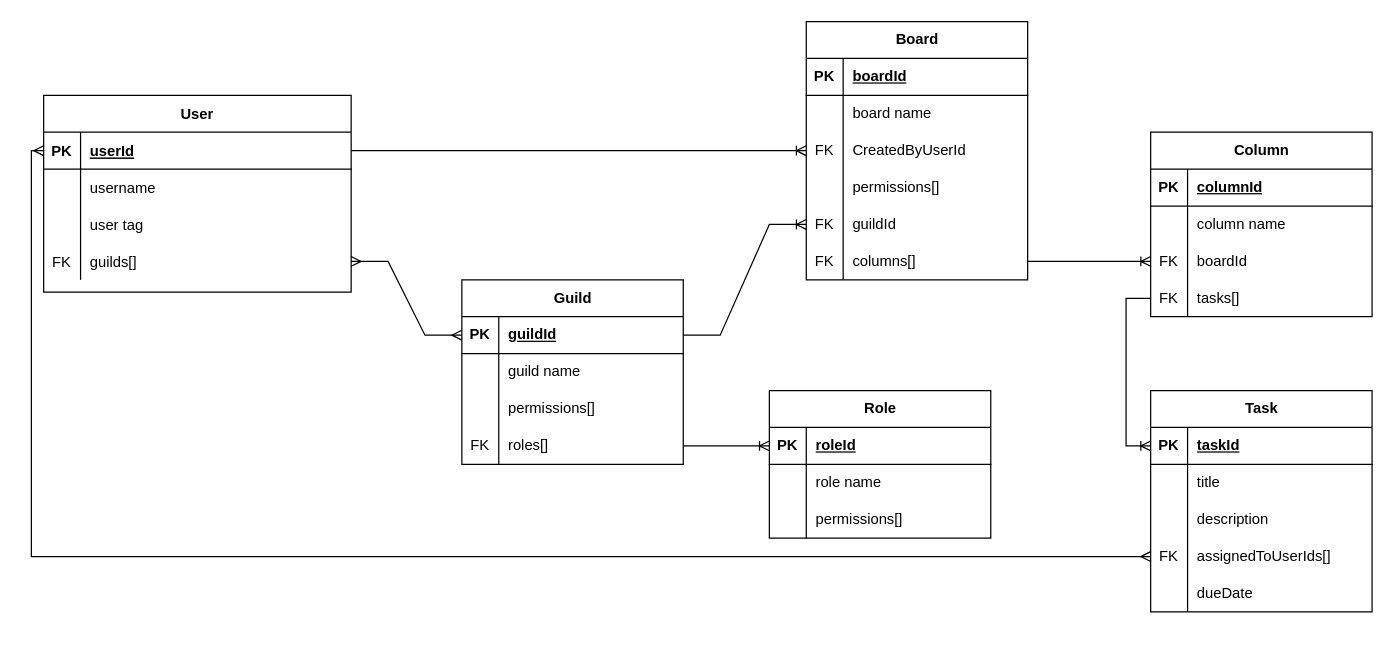
This is analysis/kanbancord_logical.drawio from UCLL-Full-stack/ucll-full-stack-2425-project2425-project-template, a draw.io file, before an edit. Source tidied: cells renumbered, new cells numbered last; positions are measured from the earlier drawing's top-left corner, leaving out a move shared by most shapes. Both pictures are drawn from the tidied source at 123%, with x=0, y=0 at pixel (43, 21).
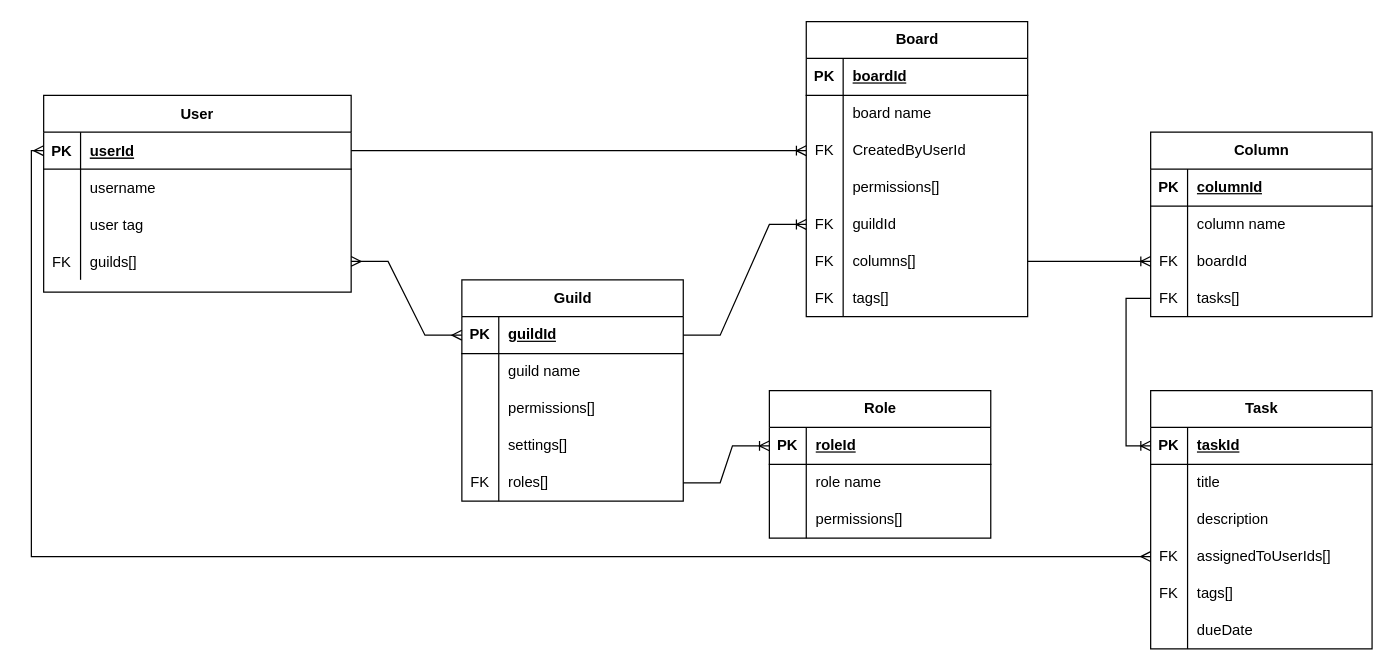
Above is the later version.

Change to the diagram source:
```diff
@@
     <mxCell id="15" value="Guild" style="shape=table;startSize=30;childLayout=tableLayout;rowLines=0;fontStyle=1;align=center;html=1;" parent="1" vertex="1">
-      <mxGeometry x="340" y="210" width="180" height="150" as="geometry" />
+      <mxGeometry x="340" y="210" width="180" height="180" as="geometry" />
     </mxCell>
@@
+    <mxCell id="93" style="shape=tableRow;horizontal=0;startSize=0;swimlaneHead=0;swimlaneBody=0;fillColor=none;top=0;left=0;right=0;bottom=0;" parent="15" vertex="1">
+      <mxGeometry y="120" width="180" height="30" as="geometry" />
+    </mxCell>
+    <mxCell id="94" style="shape=partialRectangle;fillColor=none;top=0;left=0;bottom=0;right=0;overflow=hidden;whiteSpace=wrap;html=1;" parent="93" vertex="1">
+      <mxGeometry width="30" height="30" as="geometry" />
+    </mxCell>
+    <mxCell id="95" value="settings[]" style="shape=partialRectangle;fillColor=none;top=0;left=0;bottom=0;right=0;align=left;spacingLeft=6;overflow=hidden;whiteSpace=wrap;html=1;" parent="93" vertex="1">
+      <mxGeometry x="30" width="150" height="30" as="geometry" />
+    </mxCell>
     <mxCell id="25" style="shape=tableRow;horizontal=0;startSize=0;swimlaneHead=0;swimlaneBody=0;fillColor=none;points=[[0,0.5],[1,0.5]];portConstraint=eastwest;top=0;left=0;right=0;bottom=0;" parent="15" vertex="1">
-      <mxGeometry y="120" width="180" height="30" as="geometry" />
+      <mxGeometry y="150" width="180" height="30" as="geometry" />
     </mxCell>
@@
     <mxCell id="40" value="Board" style="shape=table;startSize=30;childLayout=tableLayout;rowLines=0;fontStyle=1;align=center;html=1;" parent="1" vertex="1">
-      <mxGeometry x="620" width="180" height="210" as="geometry" />
+      <mxGeometry x="620" width="180" height="240" as="geometry" />
     </mxCell>
@@
+    <mxCell id="96" style="shape=tableRow;horizontal=0;startSize=0;swimlaneHead=0;swimlaneBody=0;fillColor=none;top=0;left=0;right=0;bottom=0;" parent="40" vertex="1">
+      <mxGeometry y="210" width="180" height="30" as="geometry" />
+    </mxCell>
+    <mxCell id="97" value="FK" style="shape=partialRectangle;fillColor=none;top=0;left=0;bottom=0;right=0;overflow=hidden;whiteSpace=wrap;html=1;" parent="96" vertex="1">
+      <mxGeometry width="30" height="30" as="geometry" />
+    </mxCell>
+    <mxCell id="98" value="tags[]" style="shape=partialRectangle;fillColor=none;top=0;left=0;bottom=0;right=0;align=left;spacingLeft=6;overflow=hidden;whiteSpace=wrap;html=1;" parent="96" vertex="1">
+      <mxGeometry x="30" width="150" height="30" as="geometry" />
+    </mxCell>
@@
     <mxCell id="75" value="Task" style="shape=table;startSize=30;childLayout=tableLayout;rowLines=0;fontStyle=1;align=center;html=1;" parent="1" vertex="1">
-      <mxGeometry x="900" y="300" width="180" height="180" as="geometry" />
+      <mxGeometry x="900" y="300" width="180" height="210" as="geometry" />
     </mxCell>
@@
+    <mxCell id="99" style="shape=tableRow;horizontal=0;startSize=0;swimlaneHead=0;swimlaneBody=0;fillColor=none;top=0;left=0;right=0;bottom=0;" parent="75" vertex="1">
+      <mxGeometry y="150" width="180" height="30" as="geometry" />
+    </mxCell>
+    <mxCell id="100" value="FK" style="shape=partialRectangle;fillColor=none;top=0;left=0;bottom=0;right=0;overflow=hidden;whiteSpace=wrap;html=1;" parent="99" vertex="1">
+      <mxGeometry width="30" height="30" as="geometry" />
+    </mxCell>
+    <mxCell id="101" value="tags[]" style="shape=partialRectangle;fillColor=none;top=0;left=0;bottom=0;right=0;align=left;spacingLeft=6;overflow=hidden;whiteSpace=wrap;html=1;" parent="99" vertex="1">
+      <mxGeometry x="30" width="150" height="30" as="geometry" />
+    </mxCell>
     <mxCell id="88" style="shape=tableRow;horizontal=0;startSize=0;swimlaneHead=0;swimlaneBody=0;fillColor=none;top=0;left=0;right=0;bottom=0;" parent="75" vertex="1">
-      <mxGeometry y="150" width="180" height="30" as="geometry" />
+      <mxGeometry y="180" width="180" height="30" as="geometry" />
     </mxCell>
```
